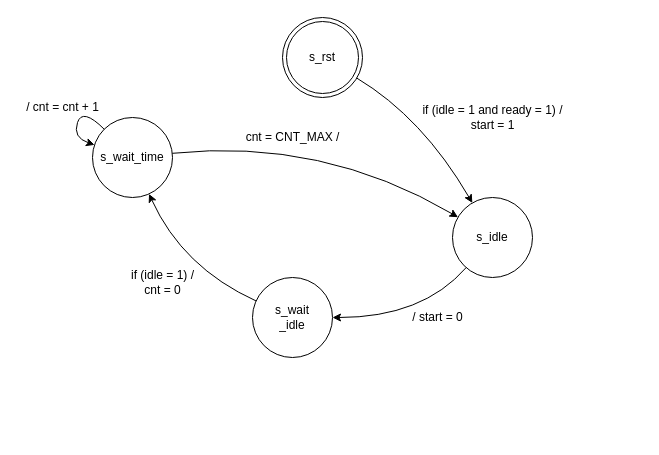
The draw.io diagram .figures/stream_controller_fsm.drawio in frnyb/PL-Mag-Sensor, before the edit. Source tidied: cells renumbered, new cells numbered last; positions are measured from the earlier drawing's top-left corner, leaving out a move shared by most shapes. Both pictures are drawn from the tidied source at 100%, with x=0, y=0 at pixel (17, 17).
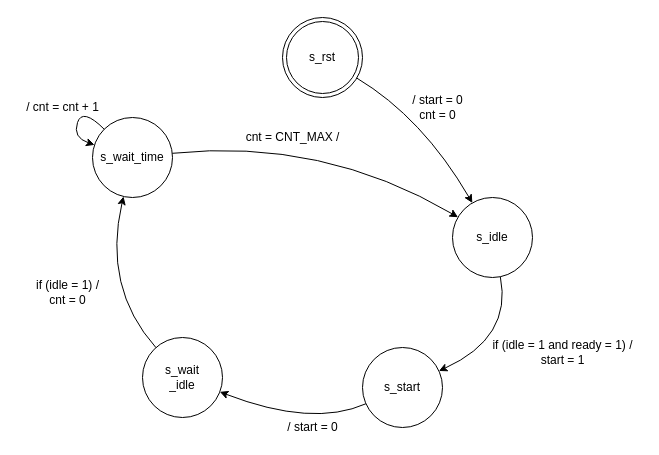
The same diagram, later.

Unchanged cells that the change refers to:
```xml
<mxCell id="3" value="&lt;div&gt;s_idle&lt;/div&gt;" style="ellipse;whiteSpace=wrap;html=1;" parent="1" vertex="1">
  <mxGeometry x="435" y="180" width="80" height="80" as="geometry" />
</mxCell>
<mxCell id="9" value="s_wait_time" style="ellipse;whiteSpace=wrap;html=1;" parent="1" vertex="1">
  <mxGeometry x="75" y="100" width="80" height="80" as="geometry" />
</mxCell>
```

Diff of the diagram source:
```diff
@@
     <mxCell id="5" value="&lt;div&gt;if (idle = 1 and ready = 1) /&lt;/div&gt;&lt;div&gt;start = 1&lt;br&gt;&lt;/div&gt;" style="text;html=1;align=center;verticalAlign=middle;strokeColor=none;fillColor=none;" parent="1" vertex="1">
-      <mxGeometry x="395" y="85" width="160" height="30" as="geometry" />
+      <mxGeometry x="465" y="320" width="160" height="30" as="geometry" />
     </mxCell>
     <mxCell id="6" value="&lt;div&gt;s_wait&lt;/div&gt;&lt;div&gt;_idle&lt;/div&gt;" style="ellipse;whiteSpace=wrap;html=1;" parent="1" vertex="1">
-      <mxGeometry x="235" y="260" width="80" height="80" as="geometry" />
+      <mxGeometry x="125" y="320" width="80" height="80" as="geometry" />
     </mxCell>
-    <mxCell id="7" style="curved=1;endArrow=classic;html=1;rounded=0;" parent="1" edge="1" source="3" target="6">
+    <mxCell id="7" style="curved=1;endArrow=classic;html=1;rounded=0;" parent="1" edge="1" source="16" target="6">
       <mxGeometry relative="1" as="geometry">
         <Array as="points">
-          <mxPoint x="405" y="300" />
+          <mxPoint x="295" y="410" />
         </Array>
       </mxGeometry>
     </mxCell>
     <mxCell id="8" value="/ start = 0" style="text;html=1;align=center;verticalAlign=middle;strokeColor=none;fillColor=none;" parent="1" vertex="1">
-      <mxGeometry x="385" y="290" width="70" height="20" as="geometry" />
+      <mxGeometry x="260" y="400" width="70" height="20" as="geometry" />
     </mxCell>
@@
     <mxCell id="10" style="curved=1;endArrow=classic;html=1;rounded=0;" parent="1" edge="1" source="6" target="9">
       <mxGeometry relative="1" as="geometry">
         <Array as="points">
-          <mxPoint x="165" y="250" />
+          <mxPoint x="85" y="270" />
         </Array>
       </mxGeometry>
     </mxCell>
     <mxCell id="11" value="&lt;div&gt;if (idle = 1) /&lt;/div&gt;&lt;div&gt;cnt = 0&lt;br&gt;&lt;/div&gt;" style="text;html=1;align=center;verticalAlign=middle;strokeColor=none;fillColor=none;" parent="1" vertex="1">
-      <mxGeometry x="105" y="250" width="80" height="30" as="geometry" />
+      <mxGeometry x="10" y="260" width="80" height="30" as="geometry" />
     </mxCell>
@@
+    <mxCell id="16" value="&lt;div&gt;s_start&lt;/div&gt;" style="ellipse;whiteSpace=wrap;html=1;" parent="1" vertex="1">
+      <mxGeometry x="345" y="330" width="80" height="80" as="geometry" />
+    </mxCell>
+    <mxCell id="17" style="curved=1;endArrow=classic;html=1;rounded=0;" parent="1" edge="1" source="3" target="16">
+      <mxGeometry relative="1" as="geometry">
+        <Array as="points">
+          <mxPoint x="495" y="320" />
+        </Array>
+      </mxGeometry>
+    </mxCell>
+    <mxCell id="18" value="&lt;div&gt;/ start = 0&lt;/div&gt;cnt = 0" style="text;html=1;align=center;verticalAlign=middle;strokeColor=none;fillColor=none;" parent="1" vertex="1">
+      <mxGeometry x="385" y="75" width="70" height="30" as="geometry" />
+    </mxCell>
```
